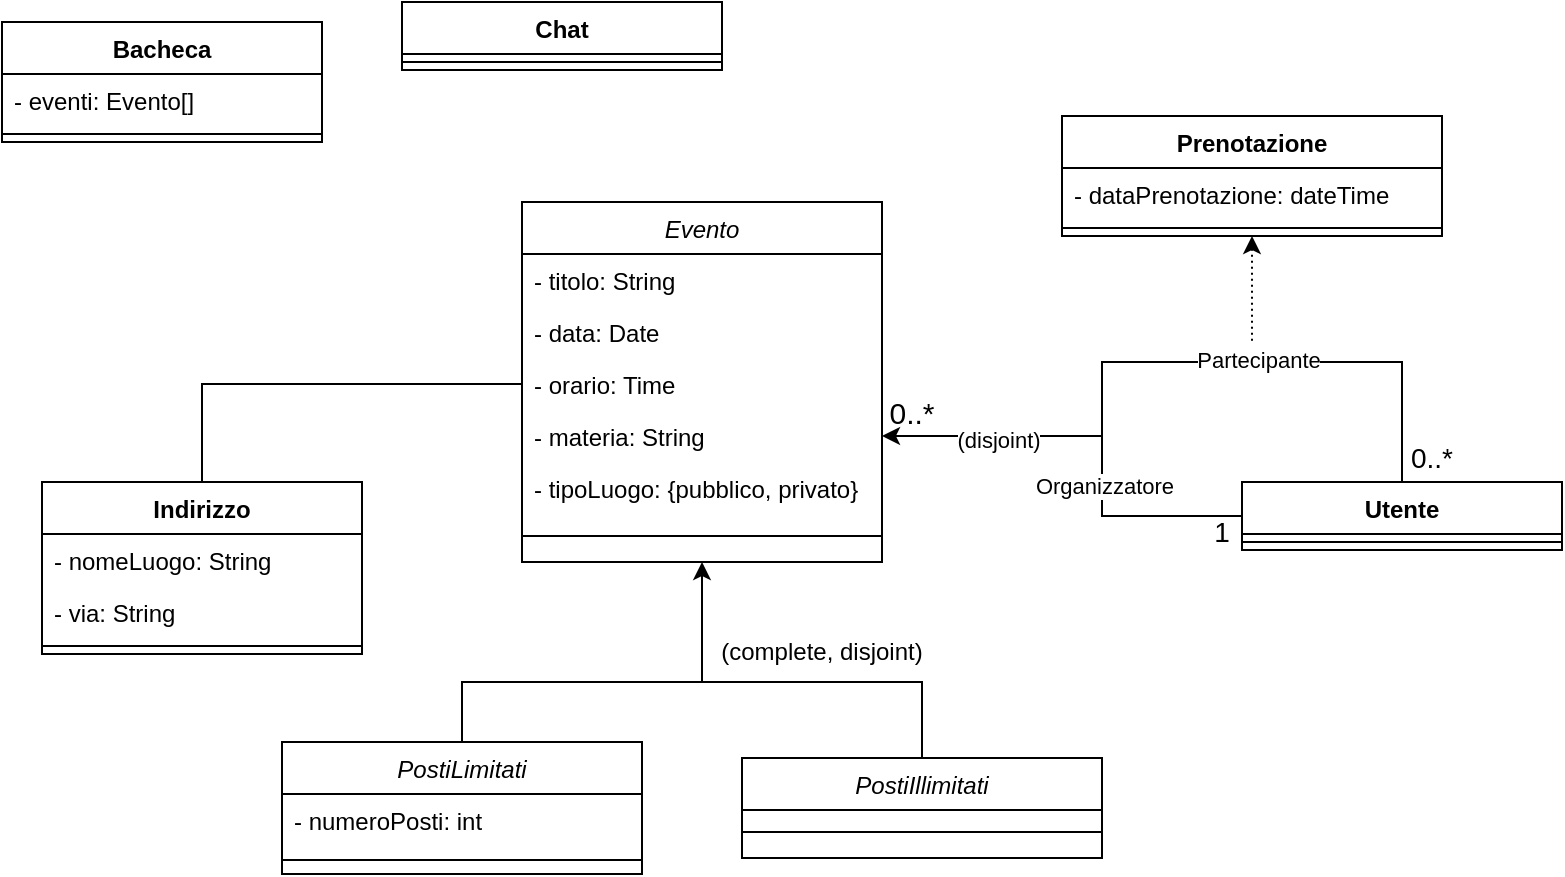
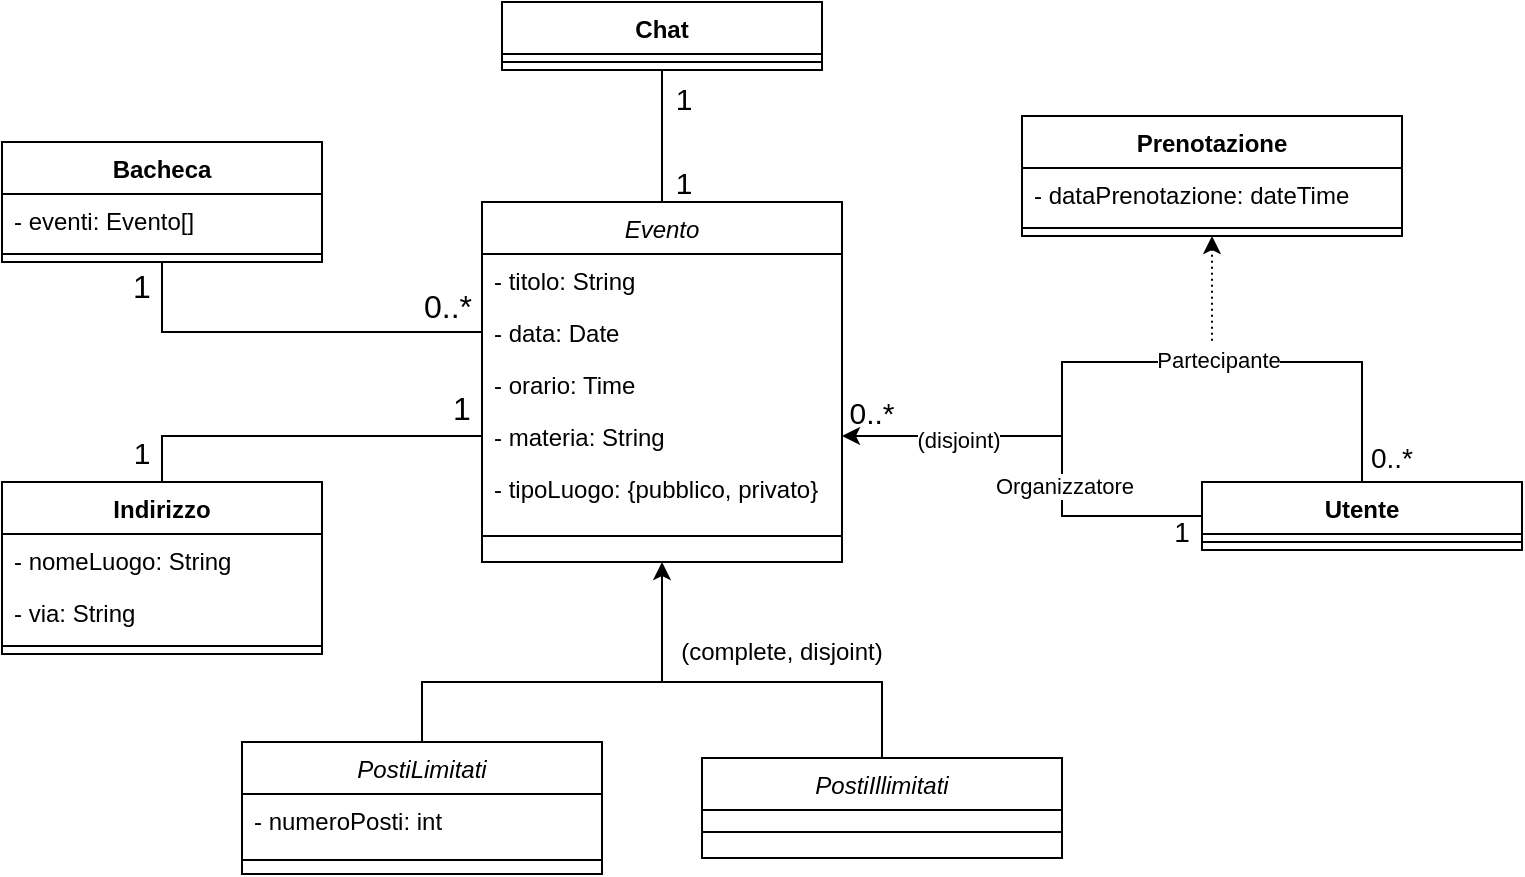
<mxfile host="app.diagrams.net">
  <diagram id="C5RBs43oDa-KdzZeNtuy" name="Page-1">
    <mxGraphModel dx="1030" dy="527" grid="1" gridSize="10" guides="1" tooltips="1" connect="1" arrows="1" fold="1" page="1" pageScale="1" pageWidth="827" pageHeight="1169" math="0" shadow="0">
      <root>
        <mxCell id="WIyWlLk6GJQsqaUBKTNV-0" />
        <mxCell id="WIyWlLk6GJQsqaUBKTNV-1" parent="WIyWlLk6GJQsqaUBKTNV-0" />
        <mxCell id="YcszxyqdBwKPzxCCbldQ-48" edge="1" parent="WIyWlLk6GJQsqaUBKTNV-1" style="edgeStyle=orthogonalEdgeStyle;rounded=0;orthogonalLoop=1;jettySize=auto;html=1;entryX=0.5;entryY=0;entryDx=0;entryDy=0;endArrow=none;endFill=0;" target="YcszxyqdBwKPzxCCbldQ-28">
          <mxGeometry relative="1" as="geometry">
            <Array as="points">
              <mxPoint x="380" y="370" />
              <mxPoint x="490" y="370" />
            </Array>
            <mxPoint x="380" y="370" as="sourcePoint" />
          </mxGeometry>
+         </mxCell>
+         <mxCell id="KmBhihFz0CNgSEcm0cJF-6" edge="1" parent="WIyWlLk6GJQsqaUBKTNV-1" source="zkfFHV4jXpPFQw0GAbJ--0" style="edgeStyle=orthogonalEdgeStyle;rounded=0;orthogonalLoop=1;jettySize=auto;html=1;exitX=0.5;exitY=0;exitDx=0;exitDy=0;entryX=0.5;entryY=1;entryDx=0;entryDy=0;endArrow=none;endFill=0;" target="YcszxyqdBwKPzxCCbldQ-22">
+           <mxGeometry relative="1" as="geometry" />
        </mxCell>
        <mxCell id="zkfFHV4jXpPFQw0GAbJ--0" parent="WIyWlLk6GJQsqaUBKTNV-1" style="swimlane;fontStyle=2;align=center;verticalAlign=top;childLayout=stackLayout;horizontal=1;startSize=26;horizontalStack=0;resizeParent=1;resizeLast=0;collapsible=1;marginBottom=0;rounded=0;shadow=0;strokeWidth=1;" value="Evento" vertex="1">
          <mxGeometry height="180" width="180" x="290" y="130" as="geometry">
            <mxRectangle height="26" width="160" x="270" y="70" as="alternateBounds" />
          </mxGeometry>
        </mxCell>
        <mxCell id="zkfFHV4jXpPFQw0GAbJ--1" parent="zkfFHV4jXpPFQw0GAbJ--0" style="text;align=left;verticalAlign=top;spacingLeft=4;spacingRight=4;overflow=hidden;rotatable=0;points=[[0,0.5],[1,0.5]];portConstraint=eastwest;" value="- titolo: String" vertex="1">
          <mxGeometry height="26" width="180" y="26" as="geometry" />
        </mxCell>
        <mxCell id="zkfFHV4jXpPFQw0GAbJ--3" parent="zkfFHV4jXpPFQw0GAbJ--0" style="text;align=left;verticalAlign=top;spacingLeft=4;spacingRight=4;overflow=hidden;rotatable=0;points=[[0,0.5],[1,0.5]];portConstraint=eastwest;rounded=0;shadow=0;html=0;" value="- data: Date" vertex="1">
          <mxGeometry height="26" width="180" y="52" as="geometry" />
        </mxCell>
        <mxCell id="YcszxyqdBwKPzxCCbldQ-1" parent="zkfFHV4jXpPFQw0GAbJ--0" style="text;align=left;verticalAlign=top;spacingLeft=4;spacingRight=4;overflow=hidden;rotatable=0;points=[[0,0.5],[1,0.5]];portConstraint=eastwest;rounded=0;shadow=0;html=0;" value="- orario: Time" vertex="1">
          <mxGeometry height="26" width="180" y="78" as="geometry" />
        </mxCell>
        <mxCell id="YcszxyqdBwKPzxCCbldQ-0" parent="zkfFHV4jXpPFQw0GAbJ--0" style="text;align=left;verticalAlign=top;spacingLeft=4;spacingRight=4;overflow=hidden;rotatable=0;points=[[0,0.5],[1,0.5]];portConstraint=eastwest;rounded=0;shadow=0;html=0;" value="- materia: String" vertex="1">
          <mxGeometry height="26" width="180" y="104" as="geometry" />
        </mxCell>
        <mxCell id="YcszxyqdBwKPzxCCbldQ-2" parent="zkfFHV4jXpPFQw0GAbJ--0" style="text;align=left;verticalAlign=top;spacingLeft=4;spacingRight=4;overflow=hidden;rotatable=0;points=[[0,0.5],[1,0.5]];portConstraint=eastwest;rounded=0;shadow=0;html=0;" value="- tipoLuogo: {pubblico, privato}" vertex="1">
          <mxGeometry height="26" width="180" y="130" as="geometry" />
        </mxCell>
        <mxCell id="zkfFHV4jXpPFQw0GAbJ--4" parent="zkfFHV4jXpPFQw0GAbJ--0" style="line;html=1;strokeWidth=1;align=left;verticalAlign=middle;spacingTop=-1;spacingLeft=3;spacingRight=3;rotatable=0;labelPosition=right;points=[];portConstraint=eastwest;" value="" vertex="1">
          <mxGeometry height="22" width="180" y="156" as="geometry" />
        </mxCell>
-         <mxCell id="YcszxyqdBwKPzxCCbldQ-63" edge="1" parent="WIyWlLk6GJQsqaUBKTNV-1" source="YcszxyqdBwKPzxCCbldQ-5" style="edgeStyle=orthogonalEdgeStyle;rounded=0;orthogonalLoop=1;jettySize=auto;html=1;entryX=0;entryY=0.5;entryDx=0;entryDy=0;endArrow=none;endFill=0;" target="YcszxyqdBwKPzxCCbldQ-1" value="">
+         <mxCell id="YcszxyqdBwKPzxCCbldQ-63" edge="1" parent="WIyWlLk6GJQsqaUBKTNV-1" source="YcszxyqdBwKPzxCCbldQ-5" style="edgeStyle=orthogonalEdgeStyle;rounded=0;orthogonalLoop=1;jettySize=auto;html=1;entryX=0;entryY=0.5;entryDx=0;entryDy=0;endArrow=none;endFill=0;" target="YcszxyqdBwKPzxCCbldQ-0" value="">
          <mxGeometry relative="1" as="geometry" />
        </mxCell>
        <mxCell id="YcszxyqdBwKPzxCCbldQ-5" parent="WIyWlLk6GJQsqaUBKTNV-1" style="swimlane;fontStyle=1;align=center;verticalAlign=top;childLayout=stackLayout;horizontal=1;startSize=26;horizontalStack=0;resizeParent=1;resizeParentMax=0;resizeLast=0;collapsible=1;marginBottom=0;whiteSpace=wrap;html=1;" value="Indirizzo" vertex="1">
          <mxGeometry height="86" width="160" x="50" y="270" as="geometry" />
        </mxCell>
        <mxCell id="YcszxyqdBwKPzxCCbldQ-6" parent="YcszxyqdBwKPzxCCbldQ-5" style="text;strokeColor=none;fillColor=none;align=left;verticalAlign=top;spacingLeft=4;spacingRight=4;overflow=hidden;rotatable=0;points=[[0,0.5],[1,0.5]];portConstraint=eastwest;whiteSpace=wrap;html=1;" value="- nomeLuogo: String" vertex="1">
          <mxGeometry height="26" width="160" y="26" as="geometry" />
        </mxCell>
        <mxCell id="YcszxyqdBwKPzxCCbldQ-9" parent="YcszxyqdBwKPzxCCbldQ-5" style="text;strokeColor=none;fillColor=none;align=left;verticalAlign=top;spacingLeft=4;spacingRight=4;overflow=hidden;rotatable=0;points=[[0,0.5],[1,0.5]];portConstraint=eastwest;whiteSpace=wrap;html=1;" value="- via: String" vertex="1">
          <mxGeometry height="26" width="160" y="52" as="geometry" />
        </mxCell>
        <mxCell id="YcszxyqdBwKPzxCCbldQ-7" parent="YcszxyqdBwKPzxCCbldQ-5" style="line;strokeWidth=1;fillColor=none;align=left;verticalAlign=middle;spacingTop=-1;spacingLeft=3;spacingRight=3;rotatable=0;labelPosition=right;points=[];portConstraint=eastwest;strokeColor=inherit;" value="" vertex="1">
          <mxGeometry height="8" width="160" y="78" as="geometry" />
        </mxCell>
+         <mxCell id="KmBhihFz0CNgSEcm0cJF-3" edge="1" parent="WIyWlLk6GJQsqaUBKTNV-1" source="YcszxyqdBwKPzxCCbldQ-10" style="edgeStyle=orthogonalEdgeStyle;rounded=0;orthogonalLoop=1;jettySize=auto;html=1;exitX=0.5;exitY=1;exitDx=0;exitDy=0;entryX=0;entryY=0.5;entryDx=0;entryDy=0;endArrow=none;endFill=0;" target="zkfFHV4jXpPFQw0GAbJ--3">
+           <mxGeometry relative="1" as="geometry" />
+         </mxCell>
        <mxCell id="YcszxyqdBwKPzxCCbldQ-10" parent="WIyWlLk6GJQsqaUBKTNV-1" style="swimlane;fontStyle=1;align=center;verticalAlign=top;childLayout=stackLayout;horizontal=1;startSize=26;horizontalStack=0;resizeParent=1;resizeParentMax=0;resizeLast=0;collapsible=1;marginBottom=0;whiteSpace=wrap;html=1;" value="Bacheca" vertex="1">
-           <mxGeometry height="60" width="160" x="30" y="40" as="geometry" />
+           <mxGeometry height="60" width="160" x="50" y="100" as="geometry" />
        </mxCell>
        <mxCell id="YcszxyqdBwKPzxCCbldQ-11" parent="YcszxyqdBwKPzxCCbldQ-10" style="text;strokeColor=none;fillColor=none;align=left;verticalAlign=top;spacingLeft=4;spacingRight=4;overflow=hidden;rotatable=0;points=[[0,0.5],[1,0.5]];portConstraint=eastwest;whiteSpace=wrap;html=1;" value="- eventi: Evento[]" vertex="1">
          <mxGeometry height="26" width="160" y="26" as="geometry" />
        </mxCell>
        <mxCell id="YcszxyqdBwKPzxCCbldQ-12" parent="YcszxyqdBwKPzxCCbldQ-10" style="line;strokeWidth=1;fillColor=none;align=left;verticalAlign=middle;spacingTop=-1;spacingLeft=3;spacingRight=3;rotatable=0;labelPosition=right;points=[];portConstraint=eastwest;strokeColor=inherit;" value="" vertex="1">
          <mxGeometry height="8" width="160" y="52" as="geometry" />
        </mxCell>
        <mxCell id="YcszxyqdBwKPzxCCbldQ-55" edge="1" parent="WIyWlLk6GJQsqaUBKTNV-1" source="YcszxyqdBwKPzxCCbldQ-14" style="edgeStyle=orthogonalEdgeStyle;rounded=0;orthogonalLoop=1;jettySize=auto;html=1;exitX=0.5;exitY=0;exitDx=0;exitDy=0;endArrow=none;endFill=0;startArrow=none;startFill=0;">
          <mxGeometry relative="1" as="geometry">
            <Array as="points">
              <mxPoint x="730" y="210" />
              <mxPoint x="580" y="210" />
            </Array>
            <mxPoint x="580" y="250" as="targetPoint" />
          </mxGeometry>
        </mxCell>
        <mxCell id="YcszxyqdBwKPzxCCbldQ-58" connectable="0" parent="YcszxyqdBwKPzxCCbldQ-55" style="edgeLabel;html=1;align=center;verticalAlign=middle;resizable=0;points=[];" value="Partecipante" vertex="1">
          <mxGeometry relative="1" x="0.0581" as="geometry">
            <mxPoint y="-1" as="offset" />
          </mxGeometry>
        </mxCell>
        <mxCell id="YcszxyqdBwKPzxCCbldQ-14" parent="WIyWlLk6GJQsqaUBKTNV-1" style="swimlane;fontStyle=1;align=center;verticalAlign=top;childLayout=stackLayout;horizontal=1;startSize=26;horizontalStack=0;resizeParent=1;resizeParentMax=0;resizeLast=0;collapsible=1;marginBottom=0;whiteSpace=wrap;html=1;" value="Utente" vertex="1">
          <mxGeometry height="34" width="160" x="650" y="270" as="geometry" />
        </mxCell>
        <mxCell id="YcszxyqdBwKPzxCCbldQ-16" parent="YcszxyqdBwKPzxCCbldQ-14" style="line;strokeWidth=1;fillColor=none;align=left;verticalAlign=middle;spacingTop=-1;spacingLeft=3;spacingRight=3;rotatable=0;labelPosition=right;points=[];portConstraint=eastwest;strokeColor=inherit;" value="" vertex="1">
          <mxGeometry height="8" width="160" y="26" as="geometry" />
        </mxCell>
        <mxCell id="YcszxyqdBwKPzxCCbldQ-59" edge="1" parent="WIyWlLk6GJQsqaUBKTNV-1" source="YcszxyqdBwKPzxCCbldQ-18" style="edgeStyle=orthogonalEdgeStyle;rounded=0;orthogonalLoop=1;jettySize=auto;html=1;exitX=0.5;exitY=1;exitDx=0;exitDy=0;startArrow=classic;startFill=1;endArrow=none;endFill=0;dashed=1;dashPattern=1 2;">
          <mxGeometry relative="1" as="geometry">
            <mxPoint x="655" y="200" as="targetPoint" />
          </mxGeometry>
        </mxCell>
        <mxCell id="YcszxyqdBwKPzxCCbldQ-18" parent="WIyWlLk6GJQsqaUBKTNV-1" style="swimlane;fontStyle=1;align=center;verticalAlign=top;childLayout=stackLayout;horizontal=1;startSize=26;horizontalStack=0;resizeParent=1;resizeParentMax=0;resizeLast=0;collapsible=1;marginBottom=0;whiteSpace=wrap;html=1;fontColor=light-dark(#000000,#FF0000);" value="&lt;font style=&quot;color: light-dark(rgb(0, 0, 0), rgb(255, 255, 255));&quot;&gt;Prenotazione&lt;/font&gt;" vertex="1">
          <mxGeometry height="60" width="190" x="560" y="87" as="geometry" />
        </mxCell>
        <mxCell id="YcszxyqdBwKPzxCCbldQ-19" parent="YcszxyqdBwKPzxCCbldQ-18" style="text;strokeColor=none;fillColor=none;align=left;verticalAlign=top;spacingLeft=4;spacingRight=4;overflow=hidden;rotatable=0;points=[[0,0.5],[1,0.5]];portConstraint=eastwest;whiteSpace=wrap;html=1;" value="- dataPrenotazione: dateTime" vertex="1">
          <mxGeometry height="26" width="190" y="26" as="geometry" />
        </mxCell>
        <mxCell id="YcszxyqdBwKPzxCCbldQ-20" parent="YcszxyqdBwKPzxCCbldQ-18" style="line;strokeWidth=1;fillColor=none;align=left;verticalAlign=middle;spacingTop=-1;spacingLeft=3;spacingRight=3;rotatable=0;labelPosition=right;points=[];portConstraint=eastwest;strokeColor=inherit;" value="" vertex="1">
          <mxGeometry height="8" width="190" y="52" as="geometry" />
        </mxCell>
        <mxCell id="YcszxyqdBwKPzxCCbldQ-22" parent="WIyWlLk6GJQsqaUBKTNV-1" style="swimlane;fontStyle=1;align=center;verticalAlign=top;childLayout=stackLayout;horizontal=1;startSize=26;horizontalStack=0;resizeParent=1;resizeParentMax=0;resizeLast=0;collapsible=1;marginBottom=0;whiteSpace=wrap;html=1;" value="Chat" vertex="1">
-           <mxGeometry height="34" width="160" x="230" y="30" as="geometry" />
+           <mxGeometry height="34" width="160" x="300" y="30" as="geometry" />
        </mxCell>
        <mxCell id="YcszxyqdBwKPzxCCbldQ-24" parent="YcszxyqdBwKPzxCCbldQ-22" style="line;strokeWidth=1;fillColor=none;align=left;verticalAlign=middle;spacingTop=-1;spacingLeft=3;spacingRight=3;rotatable=0;labelPosition=right;points=[];portConstraint=eastwest;strokeColor=inherit;" value="" vertex="1">
          <mxGeometry height="8" width="160" y="26" as="geometry" />
        </mxCell>
        <mxCell id="YcszxyqdBwKPzxCCbldQ-28" parent="WIyWlLk6GJQsqaUBKTNV-1" style="swimlane;fontStyle=2;align=center;verticalAlign=top;childLayout=stackLayout;horizontal=1;startSize=26;horizontalStack=0;resizeParent=1;resizeLast=0;collapsible=1;marginBottom=0;rounded=0;shadow=0;strokeWidth=1;" value="PostiIllimitati" vertex="1">
          <mxGeometry height="50" width="180" x="400" y="408" as="geometry">
            <mxRectangle height="26" width="160" x="270" y="70" as="alternateBounds" />
          </mxGeometry>
        </mxCell>
        <mxCell id="YcszxyqdBwKPzxCCbldQ-35" parent="YcszxyqdBwKPzxCCbldQ-28" style="line;html=1;strokeWidth=1;align=left;verticalAlign=middle;spacingTop=-1;spacingLeft=3;spacingRight=3;rotatable=0;labelPosition=right;points=[];portConstraint=eastwest;" value="" vertex="1">
          <mxGeometry height="22" width="180" y="26" as="geometry" />
        </mxCell>
        <mxCell id="YcszxyqdBwKPzxCCbldQ-46" edge="1" parent="WIyWlLk6GJQsqaUBKTNV-1" source="YcszxyqdBwKPzxCCbldQ-36" style="edgeStyle=orthogonalEdgeStyle;rounded=0;orthogonalLoop=1;jettySize=auto;html=1;exitX=0.5;exitY=0;exitDx=0;exitDy=0;">
          <mxGeometry relative="1" as="geometry">
            <Array as="points">
              <mxPoint x="260" y="370" />
              <mxPoint x="380" y="370" />
            </Array>
            <mxPoint x="380" y="310" as="targetPoint" />
          </mxGeometry>
        </mxCell>
        <mxCell id="YcszxyqdBwKPzxCCbldQ-36" parent="WIyWlLk6GJQsqaUBKTNV-1" style="swimlane;fontStyle=2;align=center;verticalAlign=top;childLayout=stackLayout;horizontal=1;startSize=26;horizontalStack=0;resizeParent=1;resizeLast=0;collapsible=1;marginBottom=0;rounded=0;shadow=0;strokeWidth=1;" value="PostiLimitati" vertex="1">
          <mxGeometry height="66" width="180" x="170" y="400" as="geometry">
            <mxRectangle height="26" width="160" x="270" y="70" as="alternateBounds" />
          </mxGeometry>
        </mxCell>
        <mxCell id="YcszxyqdBwKPzxCCbldQ-45" parent="YcszxyqdBwKPzxCCbldQ-36" style="text;align=left;verticalAlign=top;spacingLeft=4;spacingRight=4;overflow=hidden;rotatable=0;points=[[0,0.5],[1,0.5]];portConstraint=eastwest;rounded=0;shadow=0;html=0;" value="- numeroPosti: int" vertex="1">
          <mxGeometry height="26" width="180" y="26" as="geometry" />
        </mxCell>
        <mxCell id="YcszxyqdBwKPzxCCbldQ-43" parent="YcszxyqdBwKPzxCCbldQ-36" style="line;html=1;strokeWidth=1;align=left;verticalAlign=middle;spacingTop=-1;spacingLeft=3;spacingRight=3;rotatable=0;labelPosition=right;points=[];portConstraint=eastwest;" value="" vertex="1">
          <mxGeometry height="14" width="180" y="52" as="geometry" />
        </mxCell>
        <mxCell id="YcszxyqdBwKPzxCCbldQ-49" parent="WIyWlLk6GJQsqaUBKTNV-1" style="text;html=1;whiteSpace=wrap;strokeColor=none;fillColor=none;align=center;verticalAlign=middle;rounded=0;" value="(complete, disjoint)" vertex="1">
          <mxGeometry height="30" width="120" x="380" y="340" as="geometry" />
        </mxCell>
        <mxCell id="YcszxyqdBwKPzxCCbldQ-51" edge="1" parent="WIyWlLk6GJQsqaUBKTNV-1" source="YcszxyqdBwKPzxCCbldQ-0" style="edgeStyle=orthogonalEdgeStyle;rounded=0;orthogonalLoop=1;jettySize=auto;html=1;exitX=1;exitY=0.5;exitDx=0;exitDy=0;entryX=0;entryY=0.5;entryDx=0;entryDy=0;startArrow=classic;startFill=1;endArrow=none;endFill=0;" target="YcszxyqdBwKPzxCCbldQ-14">
          <mxGeometry relative="1" as="geometry">
            <Array as="points">
              <mxPoint x="580" y="247" />
              <mxPoint x="580" y="287" />
            </Array>
          </mxGeometry>
        </mxCell>
        <mxCell id="YcszxyqdBwKPzxCCbldQ-54" connectable="0" parent="YcszxyqdBwKPzxCCbldQ-51" style="edgeLabel;html=1;align=center;verticalAlign=middle;resizable=0;points=[];" value="(disjoint)" vertex="1">
          <mxGeometry relative="1" x="-0.4727" y="-2" as="geometry">
            <mxPoint as="offset" />
          </mxGeometry>
        </mxCell>
        <mxCell id="YcszxyqdBwKPzxCCbldQ-57" connectable="0" parent="YcszxyqdBwKPzxCCbldQ-51" style="edgeLabel;html=1;align=center;verticalAlign=middle;resizable=0;points=[];" value="Organizzatore" vertex="1">
          <mxGeometry relative="1" x="0.2236" y="1" as="geometry">
            <mxPoint as="offset" />
          </mxGeometry>
        </mxCell>
        <mxCell id="YcszxyqdBwKPzxCCbldQ-60" parent="WIyWlLk6GJQsqaUBKTNV-1" style="text;html=1;whiteSpace=wrap;strokeColor=none;fillColor=none;align=center;verticalAlign=middle;rounded=0;" value="&lt;font style=&quot;font-size: 14px;&quot;&gt;1&lt;/font&gt;" vertex="1">
          <mxGeometry height="30" width="60" x="610" y="280" as="geometry" />
        </mxCell>
        <mxCell id="YcszxyqdBwKPzxCCbldQ-61" parent="WIyWlLk6GJQsqaUBKTNV-1" style="text;html=1;whiteSpace=wrap;strokeColor=none;fillColor=none;align=center;verticalAlign=middle;rounded=0;" value="&lt;font style=&quot;font-size: 14px;&quot;&gt;0..*&lt;/font&gt;" vertex="1">
          <mxGeometry height="30" width="60" x="715" y="243" as="geometry" />
        </mxCell>
        <mxCell id="YcszxyqdBwKPzxCCbldQ-62" parent="WIyWlLk6GJQsqaUBKTNV-1" style="text;html=1;whiteSpace=wrap;strokeColor=none;fillColor=none;align=center;verticalAlign=middle;rounded=0;" value="&lt;font style=&quot;font-size: 15px;&quot;&gt;0..*&lt;/font&gt;" vertex="1">
          <mxGeometry height="30" width="60" x="455" y="220" as="geometry" />
        </mxCell>
+         <mxCell id="KmBhihFz0CNgSEcm0cJF-0" parent="WIyWlLk6GJQsqaUBKTNV-1" style="text;html=1;whiteSpace=wrap;strokeColor=none;fillColor=none;align=center;verticalAlign=middle;rounded=0;" value="&lt;font style=&quot;font-size: 15px;&quot;&gt;1&lt;/font&gt;" vertex="1">
+           <mxGeometry height="30" width="60" x="90" y="240" as="geometry" />
+         </mxCell>
+         <mxCell id="KmBhihFz0CNgSEcm0cJF-1" parent="WIyWlLk6GJQsqaUBKTNV-1" style="text;html=1;whiteSpace=wrap;strokeColor=none;fillColor=none;align=center;verticalAlign=middle;rounded=0;" value="&lt;font style=&quot;font-size: 16px;&quot;&gt;1&lt;/font&gt;" vertex="1">
+           <mxGeometry height="30" width="60" x="250" y="218" as="geometry" />
+         </mxCell>
+         <mxCell id="KmBhihFz0CNgSEcm0cJF-4" parent="WIyWlLk6GJQsqaUBKTNV-1" style="text;html=1;whiteSpace=wrap;strokeColor=none;fillColor=none;align=center;verticalAlign=middle;rounded=0;" value="&lt;font style=&quot;font-size: 16px;&quot;&gt;1&lt;/font&gt;" vertex="1">
+           <mxGeometry height="30" width="60" x="90" y="157" as="geometry" />
+         </mxCell>
+         <mxCell id="KmBhihFz0CNgSEcm0cJF-5" parent="WIyWlLk6GJQsqaUBKTNV-1" style="text;html=1;whiteSpace=wrap;strokeColor=none;fillColor=none;align=center;verticalAlign=middle;rounded=0;" value="&lt;font style=&quot;font-size: 16px;&quot;&gt;0..*&lt;/font&gt;" vertex="1">
+           <mxGeometry height="30" width="60" x="243" y="167" as="geometry" />
+         </mxCell>
+         <mxCell id="KmBhihFz0CNgSEcm0cJF-7" parent="WIyWlLk6GJQsqaUBKTNV-1" style="text;html=1;whiteSpace=wrap;strokeColor=none;fillColor=none;align=center;verticalAlign=middle;rounded=0;" value="&lt;font style=&quot;font-size: 15px;&quot;&gt;1&lt;/font&gt;" vertex="1">
+           <mxGeometry height="30" width="60" x="361" y="63" as="geometry" />
+         </mxCell>
+         <mxCell id="KmBhihFz0CNgSEcm0cJF-8" parent="WIyWlLk6GJQsqaUBKTNV-1" style="text;html=1;whiteSpace=wrap;strokeColor=none;fillColor=none;align=center;verticalAlign=middle;rounded=0;" value="&lt;font style=&quot;font-size: 15px;&quot;&gt;1&lt;/font&gt;" vertex="1">
+           <mxGeometry height="30" width="60" x="361" y="105" as="geometry" />
+         </mxCell>
      </root>
    </mxGraphModel>
  </diagram>
</mxfile>
